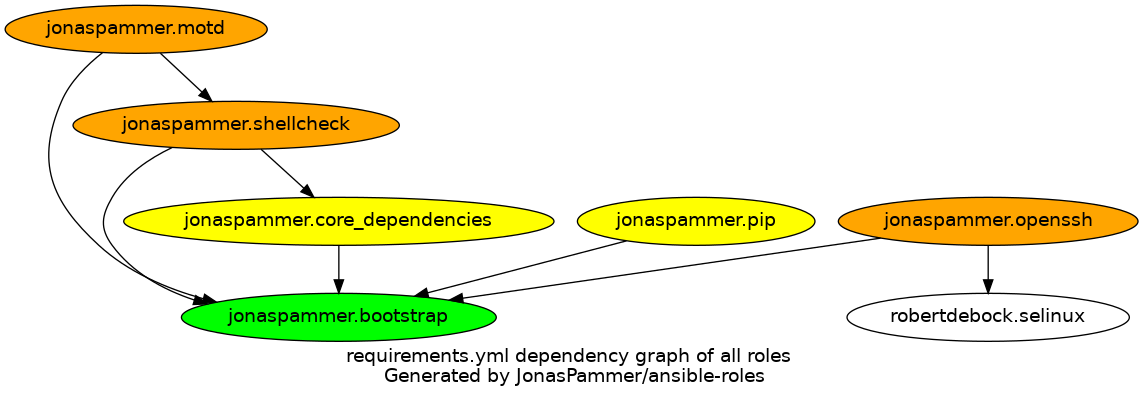
This is graphs/dependencies_ALL.png from JonasPammer/ansible-roles, a Graphviz export, as it was before one commit. Its source is kept beside it as graphs/dependencies_ALL.dot.
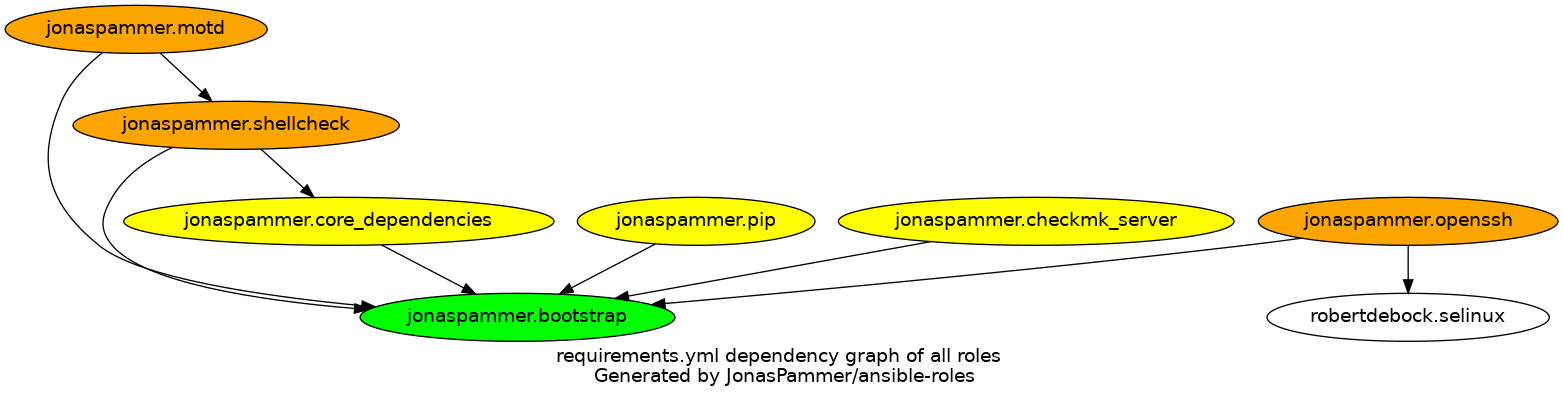
The same file after the commit.

The edit, as a diff of the source:
```diff
@@ -8,6 +8,7 @@
     "jonaspammer.openssh" [fillcolor=orange style=filled]
     "jonaspammer.pip" [fillcolor=yellow style=filled]
     "jonaspammer.shellcheck" [fillcolor=orange style=filled]
+    "jonaspammer.checkmk_server" [fillcolor=yellow style=filled]
   }
 
 
@@ -16,4 +17,5 @@
   "jonaspammer.openssh" -> {"jonaspammer.bootstrap" "robertdebock.selinux"}
   "jonaspammer.pip" -> {"jonaspammer.bootstrap"}
   "jonaspammer.shellcheck" -> {"jonaspammer.bootstrap" "jonaspammer.core_dependencies"}
+  "jonaspammer.checkmk_server" -> {"jonaspammer.bootstrap"}
 }
```
